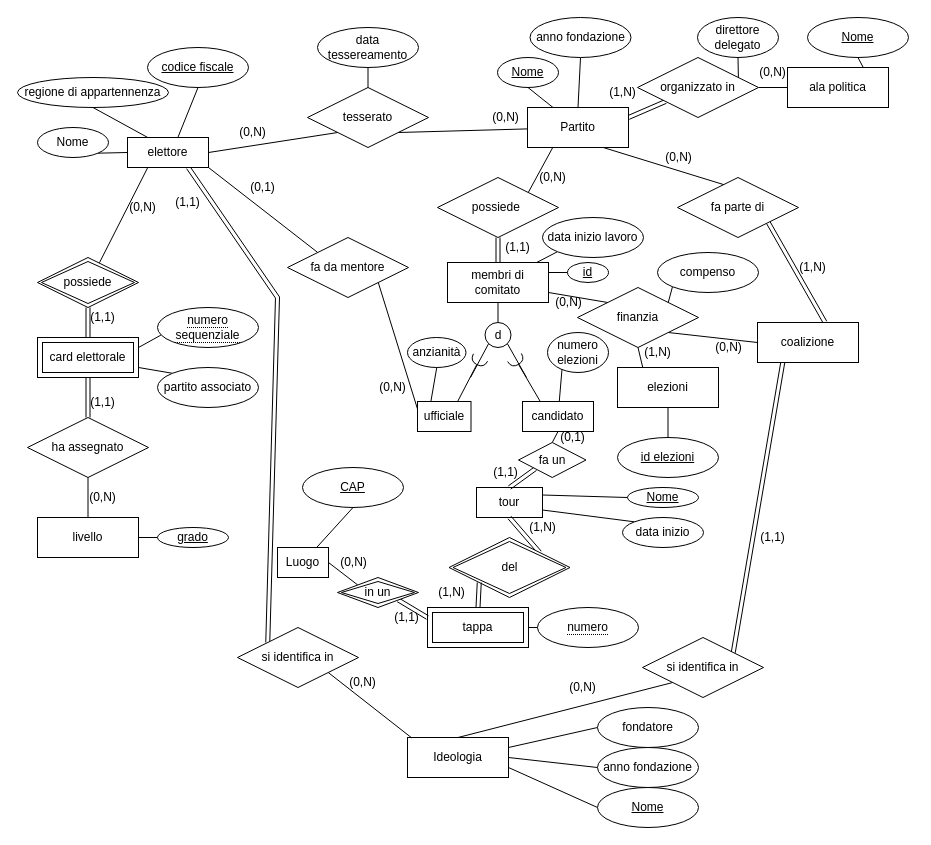
Before: Diagramma senza titolo.drawio in Marco1743/database, a draw.io diagram. Source tidied: cells renumbered, new cells numbered last; positions are measured from the earlier drawing's top-left corner, leaving out a move shared by most shapes. Both pictures are drawn from the tidied source at 100%, with x=0, y=0 at pixel (17, 17).
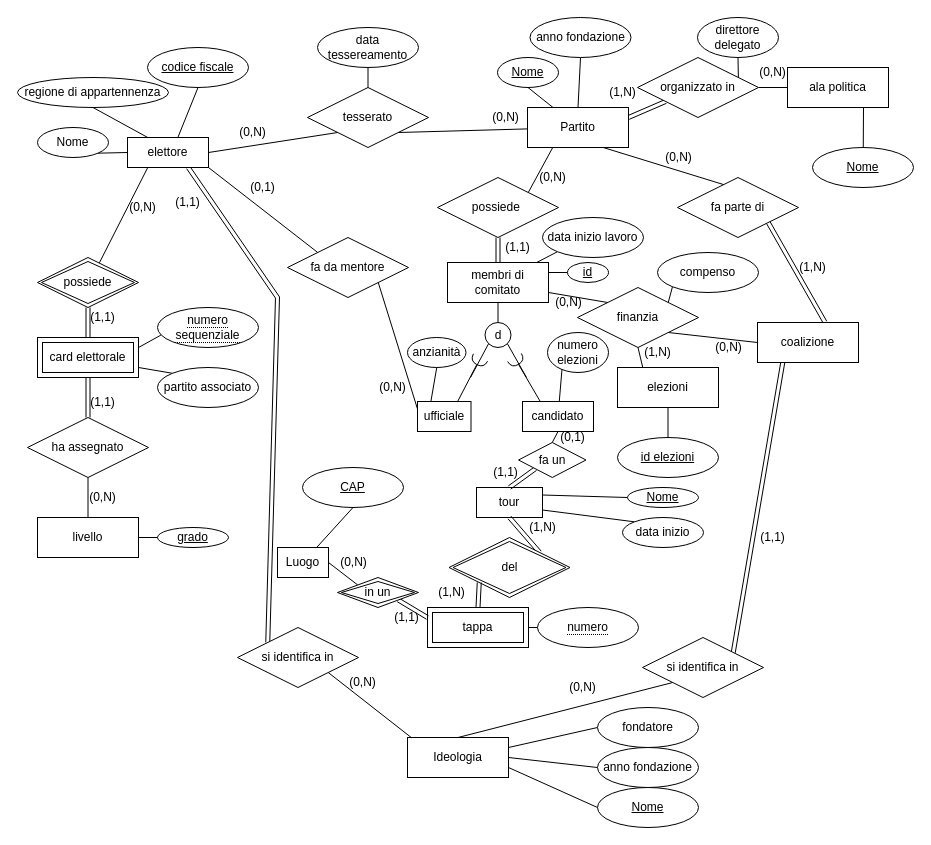
Above is the later version.

The change refers to these unchanged cells:
```xml
<mxCell id="54" value="ala politica" style="whiteSpace=wrap;html=1;align=center;" parent="1" vertex="1">
  <mxGeometry x="770" y="50" width="101" height="40" as="geometry" />
</mxCell>
```

Change to the diagram source:
```diff
@@
-    <mxCell id="56" style="edgeStyle=none;rounded=0;jettySize=auto;html=1;exitX=0.5;exitY=1;exitDx=0;exitDy=0;entryX=0.75;entryY=0;entryDx=0;entryDy=0;endArrow=none;endFill=0;" parent="1" edge="1" source="57" target="54">
-      <mxGeometry relative="1" as="geometry" />
+    <mxCell id="56" style="edgeStyle=none;rounded=0;jettySize=auto;html=1;exitX=0.5;exitY=1;exitDx=0;exitDy=0;endArrow=none;endFill=0;" parent="1" edge="1" source="57">
+      <mxGeometry relative="1" as="geometry">
+        <mxPoint x="846" y="90" as="targetPoint" />
+      </mxGeometry>
     </mxCell>
     <mxCell id="57" value="Nome" style="ellipse;whiteSpace=wrap;html=1;align=center;fontStyle=4;" parent="1" vertex="1">
-      <mxGeometry x="790" width="101" height="40" as="geometry" />
+      <mxGeometry x="795" y="130" width="101" height="40" as="geometry" />
     </mxCell>
```
